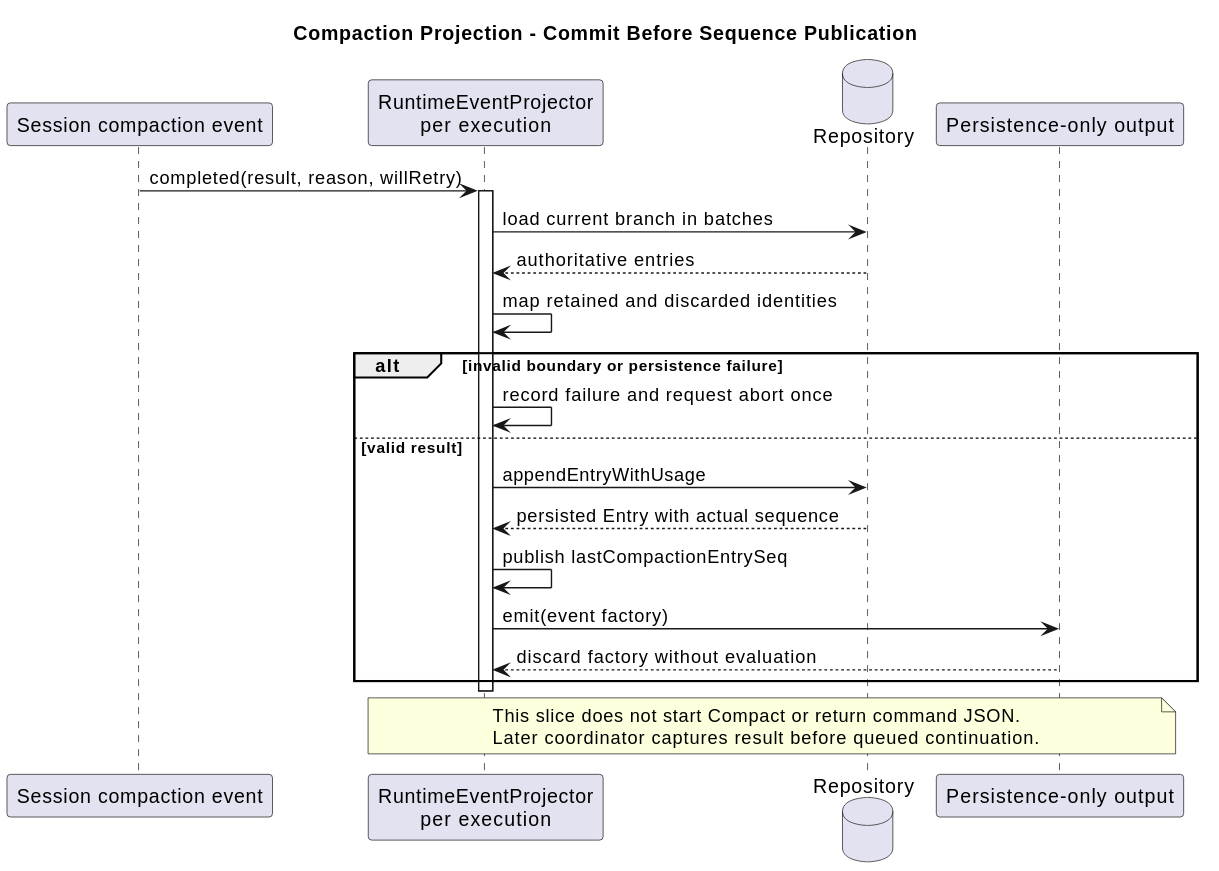
Before: docs/designs/compact-runtime-output/compact_persistence_sequence.svg, a diagram exported from PlantUML (2862282695gjh-afk/pi-mono-java).
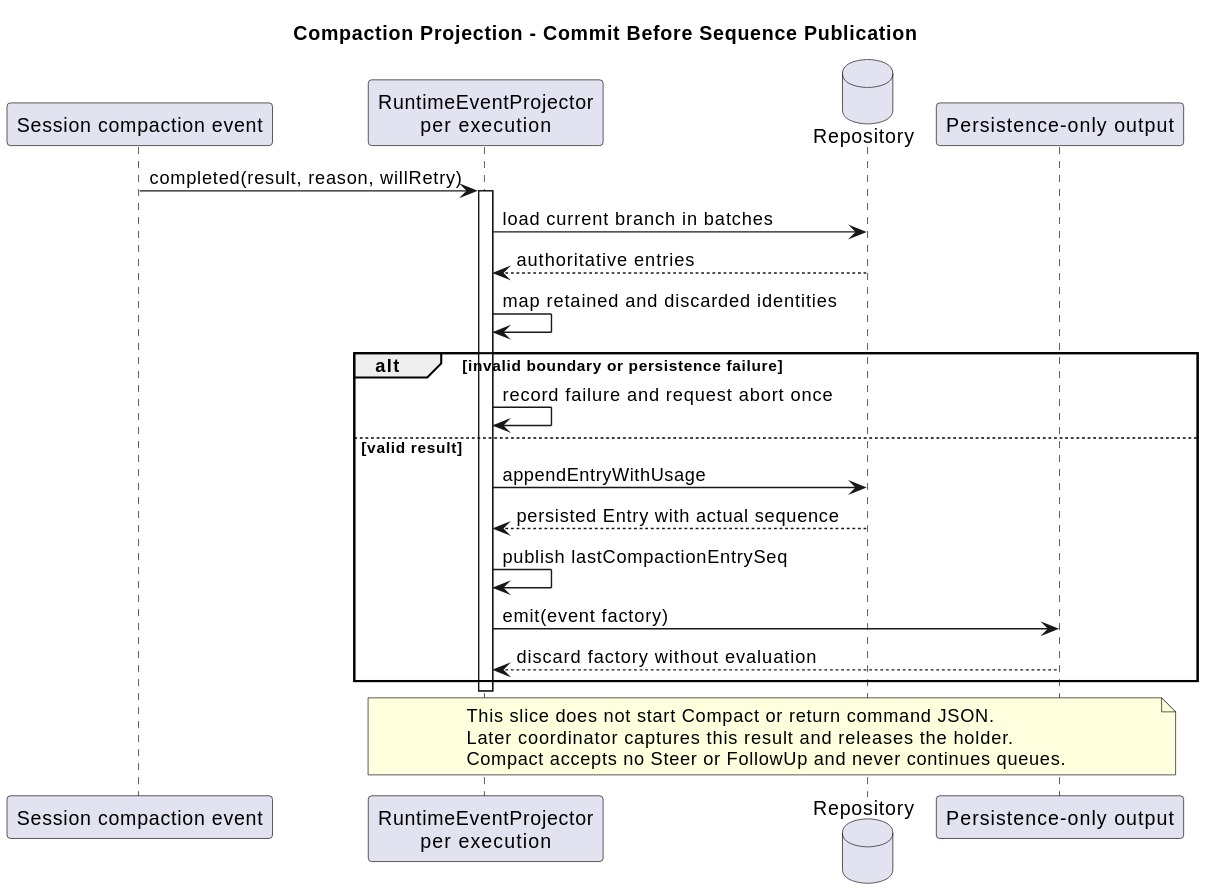
The same file after the commit.

Diff of the diagram source:
```diff
@@ -22,6 +22,7 @@
 deactivate Projector
 note over Projector,Output
   This slice does not start Compact or return command JSON.
-  Later coordinator captures result before queued continuation.
+  Later coordinator captures this result and releases the holder.
+  Compact accepts no Steer or FollowUp and never continues queues.
 end note
 @enduml
```
